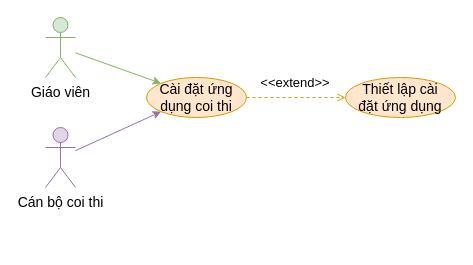
Before: document/temp/draw/usecase_phanra/usecase_teachercaidat.drawio in copecute/Edudex-Quiz, a draw.io diagram. Source tidied: cells renumbered, new cells numbered last; positions are measured from the earlier drawing's top-left corner, leaving out a move shared by most shapes. Both pictures are drawn from the tidied source at 100%, with x=0, y=0 at pixel (45, 17).
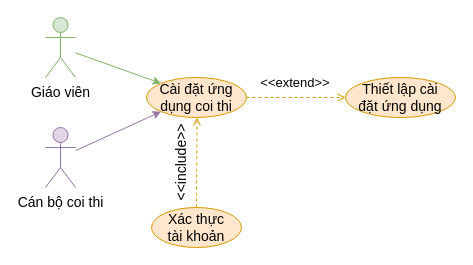
Above is the later version.

What changed in the source:
```diff
@@
 <mxGraphModel>
   <root>
     <mxCell id="0" />
     <mxCell id="1" parent="0" />
     <mxCell id="2" style="rounded=0;jettySize=auto;html=1;exitX=1;exitY=0.5;exitDx=0;exitDy=0;dashed=1;fillColor=#ffe6cc;strokeColor=#d79b00;endArrow=open;endFill=0;" parent="1" edge="1" source="3" target="4">
       <mxGeometry relative="1" as="geometry" />
     </mxCell>
     <mxCell id="3" value="Cài đặt ứng dụng coi thi" style="ellipse;whiteSpace=wrap;html=1;fillColor=#ffe6cc;strokeColor=#d79b00;fontSize=14;" parent="1" vertex="1">
       <mxGeometry x="101" y="60" width="100" height="40" as="geometry" />
     </mxCell>
     <mxCell id="4" value="Thiết lập cài&lt;br&gt;đặt ứng dụng" style="ellipse;whiteSpace=wrap;html=1;fillColor=#ffe6cc;strokeColor=#d79b00;fontSize=14;" parent="1" vertex="1">
       <mxGeometry x="300" y="60" width="110" height="40" as="geometry" />
     </mxCell>
     <mxCell id="5" value="&lt;font style=&quot;font-size: 13px;&quot;&gt;&amp;lt;&amp;lt;extend&amp;gt;&amp;gt;&lt;/font&gt;" style="text;html=1;strokeColor=none;fillColor=none;align=center;verticalAlign=middle;whiteSpace=wrap;rounded=0;rotation=0;fontSize=13;" parent="1" vertex="1">
       <mxGeometry x="220" y="50" width="60" height="30" as="geometry" />
     </mxCell>
     <mxCell id="6" style="rounded=0;jettySize=auto;html=1;entryX=0;entryY=0;entryDx=0;entryDy=0;fillColor=#d5e8d4;strokeColor=#82b366;fontSize=14;" parent="1" edge="1" source="7" target="3">
       <mxGeometry relative="1" as="geometry" />
     </mxCell>
     <mxCell id="7" value="Giáo viên" style="shape=umlActor;verticalLabelPosition=bottom;verticalAlign=top;html=1;outlineConnect=0;fillColor=#d5e8d4;strokeColor=#82b366;fontSize=14;" parent="1" vertex="1">
       <mxGeometry width="30" height="60" as="geometry" />
     </mxCell>
     <mxCell id="8" style="rounded=0;jettySize=auto;html=1;entryX=0;entryY=1;entryDx=0;entryDy=0;fillColor=#e1d5e7;strokeColor=#9673a6;fontSize=14;" parent="1" edge="1" source="9" target="3">
       <mxGeometry relative="1" as="geometry" />
     </mxCell>
     <mxCell id="9" value="Cán bộ coi thi" style="shape=umlActor;verticalLabelPosition=bottom;verticalAlign=top;html=1;outlineConnect=0;fillColor=#e1d5e7;strokeColor=#9673a6;fontSize=14;" parent="1" vertex="1">
       <mxGeometry y="110" width="30" height="60" as="geometry" />
     </mxCell>
+    <mxCell id="10" style="rounded=0;jettySize=auto;html=1;exitX=0.5;exitY=0;exitDx=0;exitDy=0;entryX=0.5;entryY=1;entryDx=0;entryDy=0;fillColor=#ffe6cc;strokeColor=#d79b00;endArrow=open;endFill=0;dashed=1;" parent="1" edge="1" source="11">
+      <mxGeometry relative="1" as="geometry">
+        <mxPoint x="151.5" y="100" as="targetPoint" />
+      </mxGeometry>
+    </mxCell>
+    <mxCell id="11" value="Xác thực&lt;div&gt;tài khoản&lt;/div&gt;" style="ellipse;whiteSpace=wrap;html=1;fillColor=#ffe6cc;strokeColor=#d79b00;fontSize=14;" parent="1" vertex="1">
+      <mxGeometry x="106" y="190" width="90" height="40" as="geometry" />
+    </mxCell>
+    <mxCell id="12" value="&lt;font&gt;&amp;lt;&amp;lt;include&amp;gt;&amp;gt;&lt;/font&gt;" style="text;html=1;strokeColor=none;fillColor=none;align=center;verticalAlign=middle;whiteSpace=wrap;rounded=0;rotation=-90;fontSize=14;" parent="1" vertex="1">
+      <mxGeometry x="106" y="130" width="60" height="30" as="geometry" />
+    </mxCell>
   </root>
 </mxGraphModel>
```
